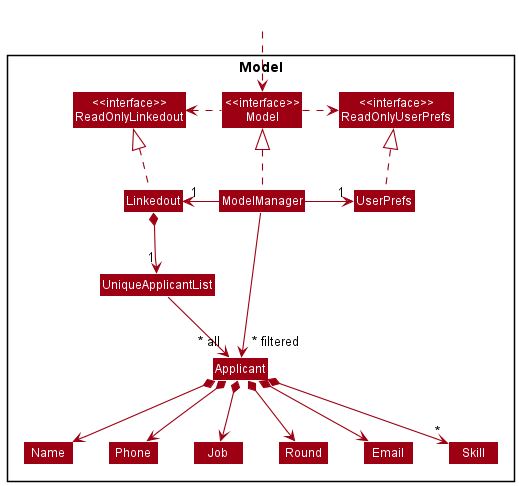
zzhikai/tp keeps this PlantUML diagram as docs/images/ModelClassDiagram.png. Above is the earlier version.
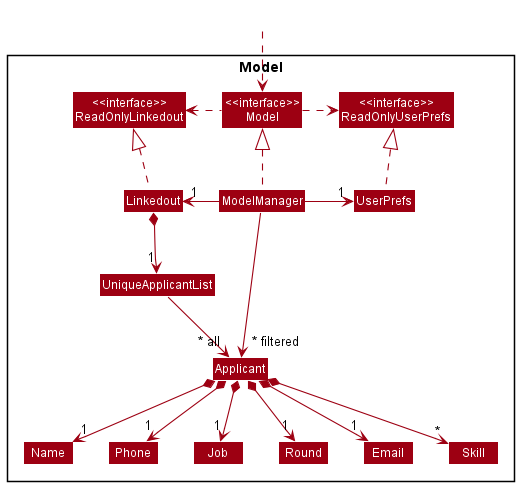
After the commit.

Commit message:
Update view command for DG

What changed in the source:
```diff
@@ -37,11 +37,11 @@
 
 Linkedout *--> "1" UniqueApplicantList
 UniqueApplicantList --> "~* all" Applicant
-Applicant *--> Name
-Applicant *--> Phone
-Applicant *--> Email
-Applicant *--> Round
-Applicant *--> Job
+Applicant *--> "1" Name
+Applicant *--> "1" Phone
+Applicant *--> "1" Email
+Applicant *--> "1" Round
+Applicant *--> "1" Job
 Applicant *--> "*" Skill
 
 Name -[hidden]right-> Phone
```
